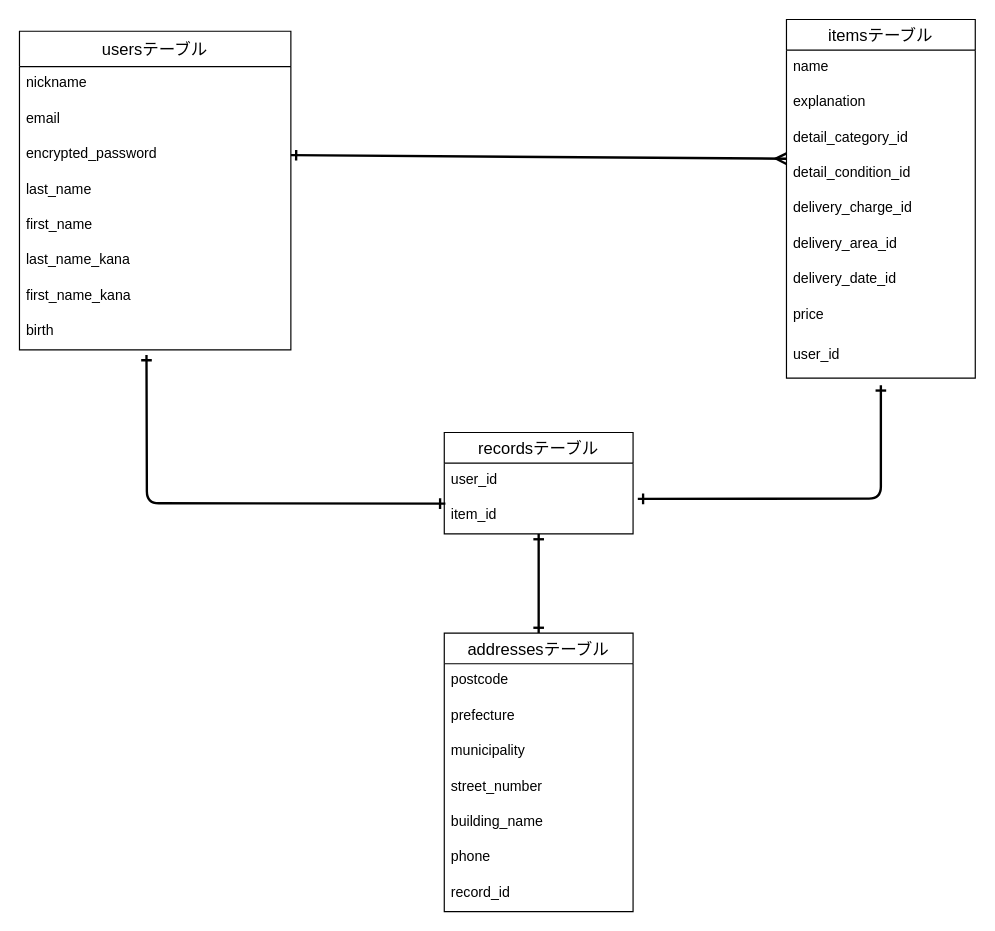
The draw.io diagram furima.dio in haji-me/furima-37814, before the edit. Source tidied: cells renumbered, new cells numbered last; positions are measured from the earlier drawing's top-left corner, leaving out a move shared by most shapes. Both pictures are drawn from the tidied source at 118%, with x=0, y=0 at pixel (19, 19).
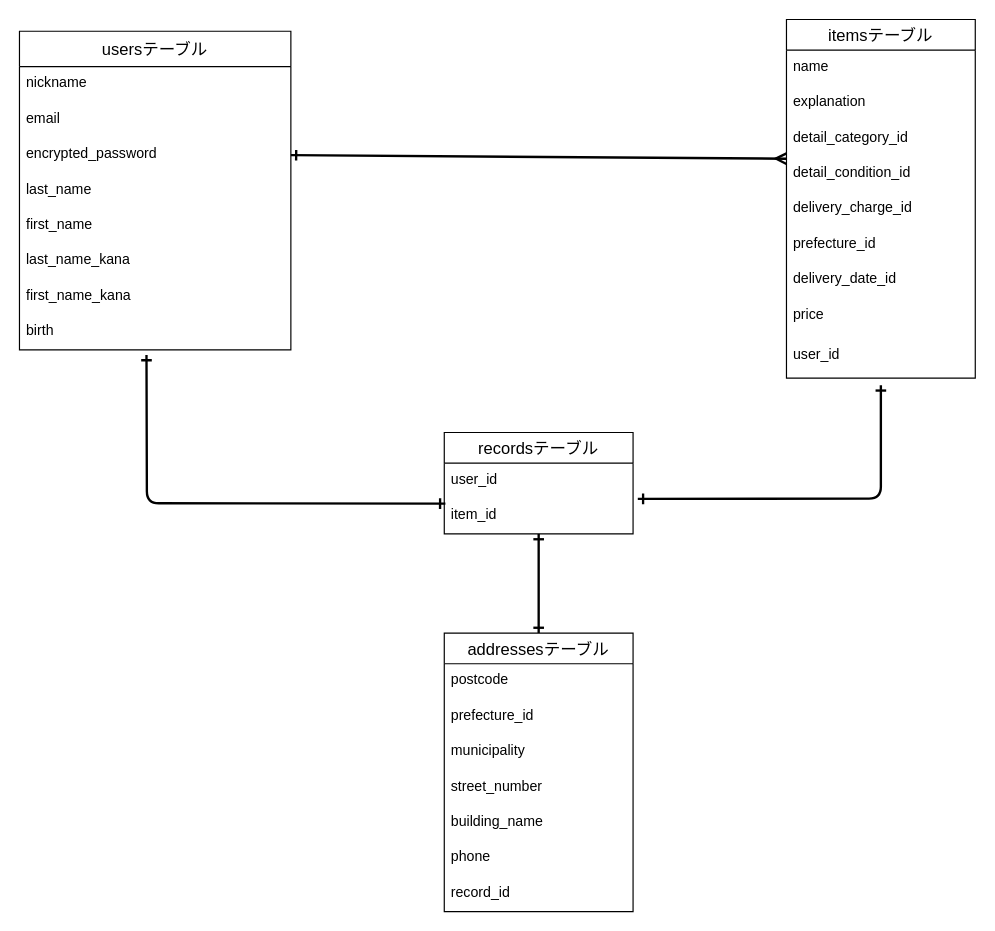
After the change.

Commit message (it also covers changes not shown here):
データベース設計の修正③

The change refers to these unchanged cells:
```xml
<mxCell id="11" value="itemsテーブル" style="swimlane;fontStyle=0;horizontal=1;startSize=26;align=center;fontSize=14;" parent="1" vertex="1">
  <mxGeometry x="650" width="160" height="304" as="geometry" />
</mxCell>
<mxCell id="22" value="addressesテーブル" style="swimlane;fontStyle=0;horizontal=1;startSize=26;align=center;fontSize=14;" parent="1" vertex="1">
  <mxGeometry x="360" y="520" width="160" height="236" as="geometry" />
</mxCell>
```

The edit, as a diff of the source:
```diff
@@
-    <mxCell id="17" value="delivery_area_id" style="text;strokeColor=none;fillColor=none;spacingLeft=4;spacingRight=4;overflow=hidden;fontSize=12;" parent="11" vertex="1">
+    <mxCell id="17" value="prefecture_id" style="text;strokeColor=none;fillColor=none;spacingLeft=4;spacingRight=4;overflow=hidden;fontSize=12;" parent="11" vertex="1">
       <mxGeometry y="176" width="160" height="30" as="geometry" />
     </mxCell>
@@
-    <mxCell id="24" value="prefecture" style="text;strokeColor=none;fillColor=none;spacingLeft=4;spacingRight=4;overflow=hidden;fontSize=12;" parent="22" vertex="1">
+    <mxCell id="24" value="prefecture_id" style="text;strokeColor=none;fillColor=none;spacingLeft=4;spacingRight=4;overflow=hidden;fontSize=12;" parent="22" vertex="1">
       <mxGeometry y="56" width="160" height="30" as="geometry" />
     </mxCell>
```
